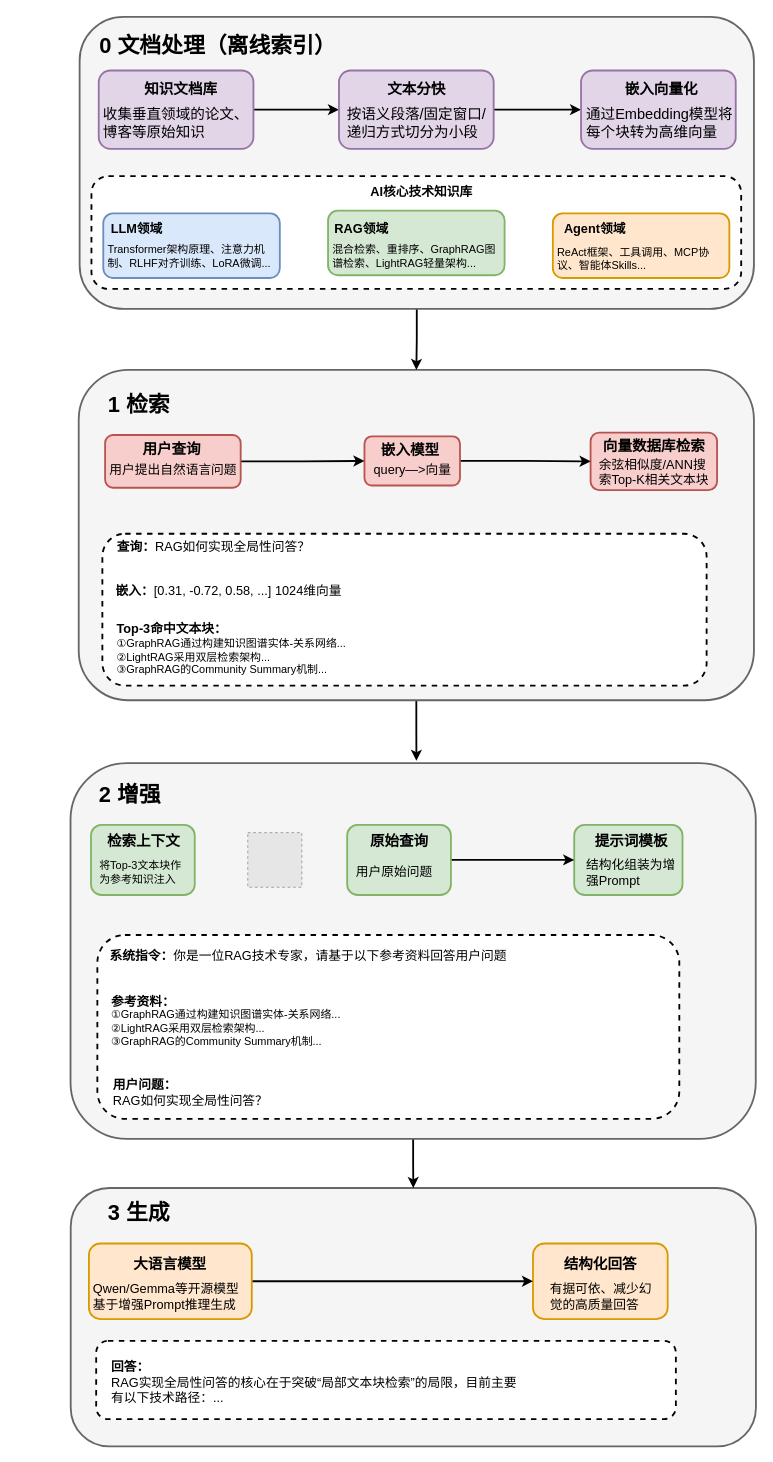
Before: diagrams/basic_workflow_of_rag.drawio in real-jiakai/draw, a draw.io diagram. Source tidied: cells renumbered, new cells numbered last; positions are measured from the earlier drawing's top-left corner, leaving out a move shared by most shapes. Both pictures are drawn from the tidied source at 91%, with x=0, y=0 at pixel (15, 16). Pictures stored in the file or linked from it are replaced by grey dashed boxes.
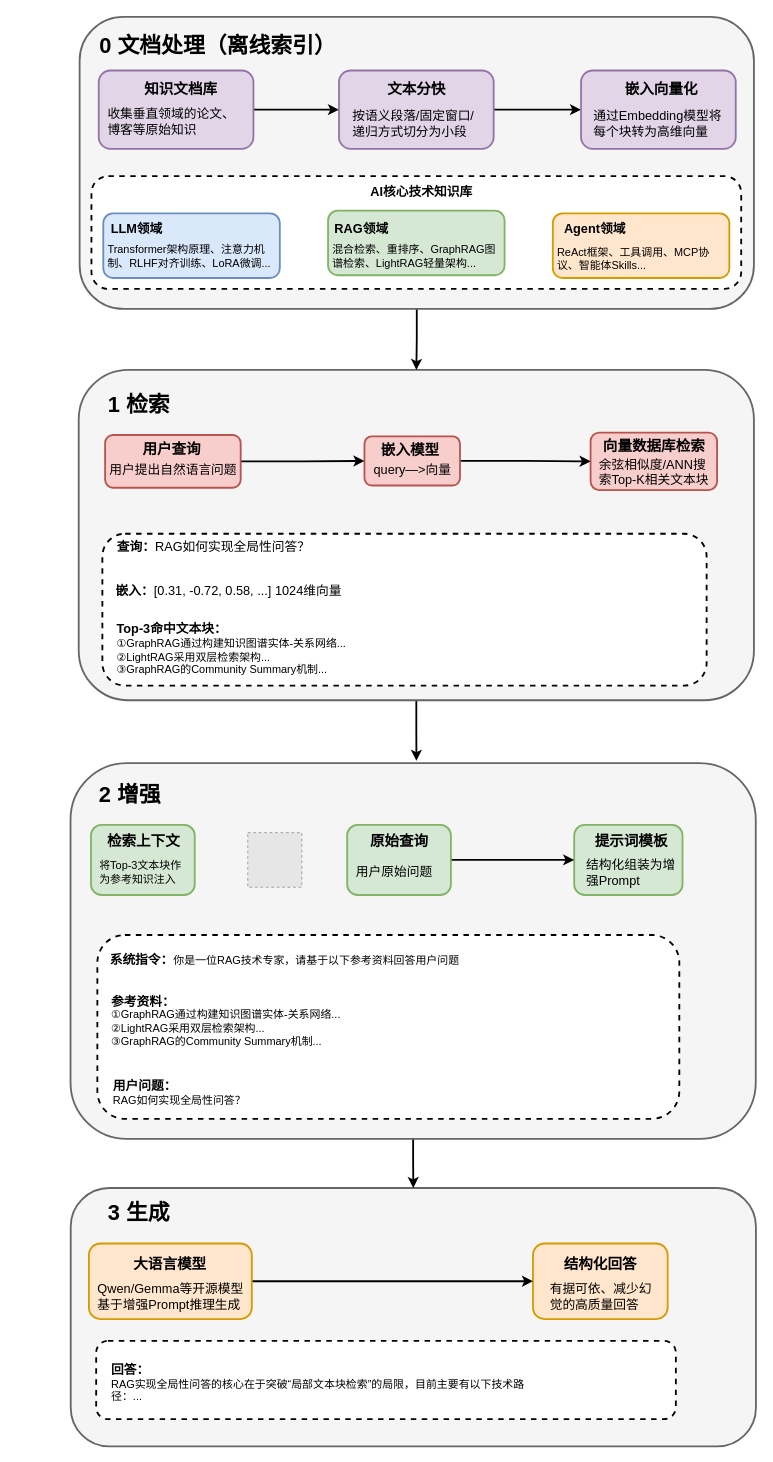
Above is the later version.

The edit, as a diff of the source:
```diff
@@
-    <mxCell id="35" value="&lt;font style=&quot;font-size: 16px;&quot;&gt;收集垂直领域的论文、博客等原始知识&lt;/font&gt;" style="text;html=1;whiteSpace=wrap;strokeColor=none;fillColor=none;align=left;verticalAlign=middle;rounded=0;" parent="1" vertex="1">
-      <mxGeometry x="93.5" y="102" width="165" height="30" as="geometry" />
+    <mxCell id="35" value="&lt;font style=&quot;font-size: 14px;&quot;&gt;收集垂直领域的论文、博客等原始知识&lt;/font&gt;" style="text;html=1;whiteSpace=wrap;strokeColor=none;fillColor=none;align=left;verticalAlign=middle;rounded=0;" parent="1" vertex="1">
+      <mxGeometry x="99.2" y="100" width="153.5" height="30" as="geometry" />
     </mxCell>
@@
-    <mxCell id="39" value="&lt;span style=&quot;font-size: 16px;&quot;&gt;按语义段落/固定窗口/递归方式切分为小段&lt;/span&gt;" style="text;html=1;whiteSpace=wrap;strokeColor=none;fillColor=none;align=left;verticalAlign=middle;rounded=0;" parent="1" vertex="1">
-      <mxGeometry x="362" y="102" width="156" height="30" as="geometry" />
+    <mxCell id="39" value="&lt;font style=&quot;font-size: 14px;&quot;&gt;按语义段落/固定窗口/递归方式切分为小段&lt;/font&gt;" style="text;html=1;whiteSpace=wrap;strokeColor=none;fillColor=none;align=left;verticalAlign=middle;rounded=0;" parent="1" vertex="1">
+      <mxGeometry x="368" y="102" width="145" height="30" as="geometry" />
     </mxCell>
@@
-    <mxCell id="42" value="&lt;span style=&quot;font-size: 16px;&quot;&gt;通过Embedding模型将每个块转为高维向量&lt;/span&gt;" style="text;html=1;whiteSpace=wrap;strokeColor=none;fillColor=none;align=left;verticalAlign=middle;rounded=0;" parent="1" vertex="1">
-      <mxGeometry x="624.5" y="102" width="163" height="30" as="geometry" />
+    <mxCell id="42" value="&lt;font style=&quot;font-size: 14px;&quot;&gt;通过Embedding模型将每个块转为高维向量&lt;/font&gt;" style="text;html=1;whiteSpace=wrap;strokeColor=none;fillColor=none;align=left;verticalAlign=middle;rounded=0;" parent="1" vertex="1">
+      <mxGeometry x="632.8" y="102" width="146.5" height="30" as="geometry" />
     </mxCell>
@@
-    <mxCell id="65" value="&lt;font style=&quot;font-size: 14px;&quot;&gt;&lt;b&gt;系统指令：&lt;/b&gt;你是一位RAG技术专家，请基于以下参考资料回答用户问题&lt;/font&gt;" style="text;html=1;whiteSpace=wrap;strokeColor=none;fillColor=none;align=center;verticalAlign=middle;rounded=0;" parent="1" vertex="1">
-      <mxGeometry x="99" y="1017" width="445" height="30" as="geometry" />
+    <mxCell id="65" value="&lt;font style=&quot;&quot;&gt;&lt;b style=&quot;font-size: 14px;&quot;&gt;系统指令：&lt;/b&gt;&lt;font&gt;你是一位RAG技术专家，请基于以下参考资料回答用户问题&lt;/font&gt;&lt;/font&gt;" style="text;html=1;whiteSpace=wrap;strokeColor=none;fillColor=none;align=center;verticalAlign=middle;rounded=0;" parent="1" vertex="1">
+      <mxGeometry x="73" y="1021" width="445" height="30" as="geometry" />
     </mxCell>
@@
-    <mxCell id="67" value="&lt;font style=&quot;font-size: 14px;&quot;&gt;&lt;b&gt;用户问题：&lt;/b&gt;&lt;/font&gt;&lt;div style=&quot;&quot;&gt;&lt;font style=&quot;font-size: 14px;&quot;&gt;RAG如何实现全局性问答？&lt;/font&gt;&lt;/div&gt;" style="text;html=1;whiteSpace=wrap;strokeColor=none;fillColor=none;align=left;verticalAlign=middle;rounded=0;" parent="1" vertex="1">
+    <mxCell id="67" value="&lt;font style=&quot;font-size: 14px;&quot;&gt;&lt;b&gt;用户问题：&lt;/b&gt;&lt;/font&gt;&lt;div style=&quot;&quot;&gt;&lt;font&gt;RAG如何实现全局性问答？&lt;/font&gt;&lt;/div&gt;" style="text;html=1;whiteSpace=wrap;strokeColor=none;fillColor=none;align=left;verticalAlign=middle;rounded=0;" parent="1" vertex="1">
       <mxGeometry x="105" y="1167" width="398" height="30" as="geometry" />
     </mxCell>
@@
     <mxCell id="69" value="&lt;div&gt;&lt;font style=&quot;font-size: 14px;&quot;&gt;Qwen/Gemma等开源模型基于增强Prompt推理生成&lt;/font&gt;&lt;/div&gt;" style="text;html=1;whiteSpace=wrap;strokeColor=none;fillColor=none;align=left;verticalAlign=middle;rounded=0;" parent="1" vertex="1">
-      <mxGeometry x="83.2" y="1380" width="176" height="51" as="geometry" />
+      <mxGeometry x="88" y="1380" width="176" height="51" as="geometry" />
     </mxCell>
@@
-    <mxCell id="73" value="&lt;font style=&quot;font-size: 14px;&quot;&gt;&lt;b&gt;回答：&lt;/b&gt;&lt;/font&gt;&lt;div&gt;&lt;font style=&quot;font-size: 14px;&quot;&gt;RAG实现全局性问答的核心在于突破“局部文本块检索”的局限，目前主要有以下技术路径：...&lt;/font&gt;&lt;/div&gt;" style="text;html=1;whiteSpace=wrap;strokeColor=none;fillColor=none;align=left;verticalAlign=middle;rounded=0;" parent="1" vertex="1">
+    <mxCell id="73" value="&lt;font style=&quot;font-size: 14px;&quot;&gt;&lt;b&gt;回答：&lt;/b&gt;&lt;/font&gt;&lt;div&gt;&lt;font&gt;RAG实现全局性问答的核心在于突破“局部文本块检索”的局限，目前主要有以下技术路径：...&lt;/font&gt;&lt;/div&gt;" style="text;html=1;whiteSpace=wrap;strokeColor=none;fillColor=none;align=left;verticalAlign=middle;rounded=0;" parent="1" vertex="1">
       <mxGeometry x="103.2" y="1471.5" width="461" height="58" as="geometry" />
     </mxCell>
```
